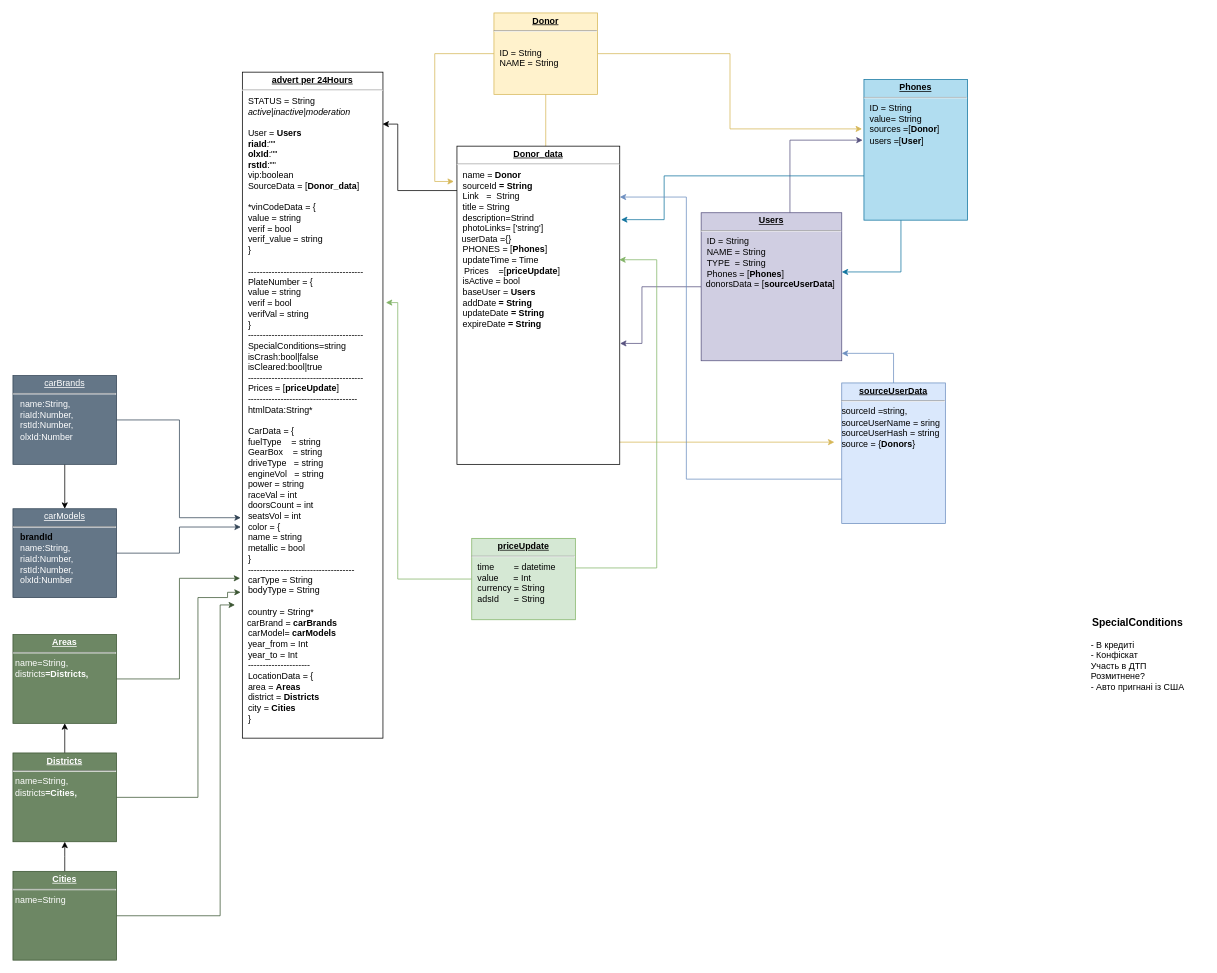
Dromich/car_dog_diagram keeps this draw.io diagram as .drawio. Above is the earlier version. Source tidied: cells renumbered, new cells numbered last; positions are measured from the earlier drawing's top-left corner, leaving out a move shared by most shapes. Both pictures are drawn from the tidied source at 74%, with x=0, y=0 at pixel (13, 13).
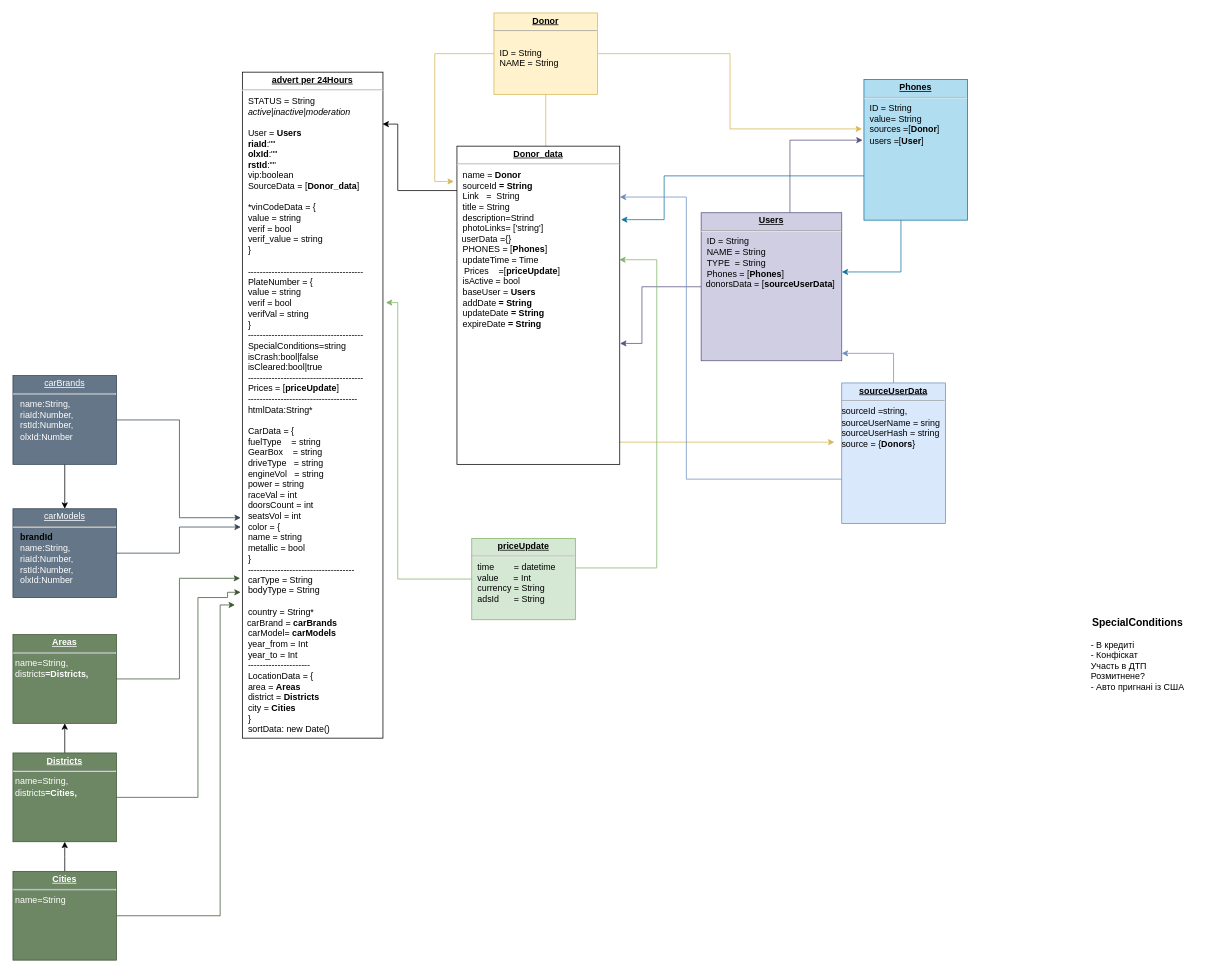
The same diagram, later.

The edit, as a diff of the source:
```diff
@@
-    <mxCell id="2" value="&lt;p style=&quot;margin: 0px ; margin-top: 4px ; text-align: center ; text-decoration: underline&quot;&gt;&lt;b&gt;advert per 24Hours&lt;/b&gt;&lt;br&gt;&lt;/p&gt;&lt;hr&gt;&lt;p style=&quot;margin: 0px ; margin-left: 8px&quot;&gt;STATUS = String &lt;br&gt;&lt;/p&gt;&lt;p style=&quot;margin: 0px ; margin-left: 8px&quot;&gt;&lt;i&gt;active|inactive|moderation&lt;/i&gt;&lt;br&gt;&lt;/p&gt;&lt;p style=&quot;margin: 0px ; margin-left: 8px&quot;&gt;&lt;br&gt;&lt;/p&gt;&lt;p style=&quot;margin: 0px ; margin-left: 8px&quot;&gt;User = &lt;b&gt;Users&lt;/b&gt;&lt;/p&gt;&lt;p style=&quot;margin: 0px ; margin-left: 8px&quot;&gt;&lt;b&gt;riaId&lt;/b&gt;:&quot;&quot;&lt;/p&gt;&lt;p style=&quot;margin: 0px ; margin-left: 8px&quot;&gt;&lt;b&gt;olxId&lt;/b&gt;:&quot;&quot;&lt;/p&gt;&lt;p style=&quot;margin: 0px ; margin-left: 8px&quot;&gt;&lt;b&gt;rstId&lt;/b&gt;:&quot;&quot;&lt;/p&gt;&lt;p style=&quot;margin: 0px ; margin-left: 8px&quot;&gt;vip:boolean&lt;br&gt;&lt;/p&gt;&lt;p style=&quot;margin: 0px ; margin-left: 8px&quot;&gt;SourceData = [&lt;b&gt;Donor_data&lt;/b&gt;]&lt;br&gt;&lt;/p&gt;&lt;p style=&quot;margin: 0px ; margin-left: 8px&quot;&gt;&lt;br&gt;&lt;/p&gt;&lt;p style=&quot;margin: 0px ; margin-left: 8px&quot;&gt;*vinCodeData = {&lt;/p&gt;&lt;p style=&quot;margin: 0px ; margin-left: 8px&quot;&gt;&lt;span&gt; &lt;span&gt; &lt;/span&gt;value = string&lt;br&gt;&lt;span&gt; &lt;/span&gt;&lt;span&gt; &lt;/span&gt;verif   = bool&lt;/span&gt;&lt;/p&gt;&lt;p style=&quot;margin: 0px ; margin-left: 8px&quot;&gt;&lt;span&gt;&lt;span&gt; &lt;/span&gt;verif_value = string&lt;br&gt;&lt;/span&gt;&lt;/p&gt;&lt;p style=&quot;margin: 0px ; margin-left: 8px&quot;&gt;&lt;span&gt;&lt;span&gt; &lt;/span&gt;&lt;span&gt; &lt;/span&gt;}&lt;/span&gt;&lt;/p&gt;&lt;p style=&quot;margin: 0px ; margin-left: 8px&quot;&gt;&lt;br&gt;&lt;/p&gt;&lt;p style=&quot;margin: 0px ; margin-left: 8px&quot;&gt;&lt;span&gt;---------------------------------------&lt;br&gt;&lt;/span&gt;&lt;/p&gt;&lt;p style=&quot;margin: 0px ; margin-left: 8px&quot;&gt;PlateNumber = {&lt;/p&gt;&lt;p style=&quot;margin: 0px ; margin-left: 8px&quot;&gt;&lt;span&gt; &lt;/span&gt;value = string&lt;br&gt;&lt;span&gt; &lt;/span&gt;verif = bool&lt;br&gt;&lt;span&gt; &lt;/span&gt;verifVal = string&lt;br&gt;&lt;/p&gt;&lt;p style=&quot;margin: 0px ; margin-left: 8px&quot;&gt;&lt;span&gt; &lt;/span&gt;}&lt;/p&gt;&lt;p style=&quot;margin: 0px ; margin-left: 8px&quot;&gt;---------------------------------------&lt;br&gt;&lt;/p&gt;&lt;p style=&quot;margin: 0px 0px 0px 8px&quot;&gt;SpecialСonditions=string&lt;/p&gt;&lt;p style=&quot;margin: 0px 0px 0px 8px&quot;&gt;isCrash:bool|false&lt;/p&gt;&lt;p style=&quot;margin: 0px 0px 0px 8px&quot;&gt;isCleared:bool|true&lt;br&gt;&lt;/p&gt;&lt;p style=&quot;margin: 0px ; margin-left: 8px&quot;&gt;---------------------------------------&lt;br&gt;&lt;/p&gt;&lt;p style=&quot;margin: 0px ; margin-left: 8px&quot;&gt;Prices = [&lt;b&gt;priceUpdate&lt;/b&gt;]&lt;br&gt;&lt;/p&gt;&lt;p style=&quot;margin: 0px ; margin-left: 8px&quot;&gt;-------------------------------------&lt;/p&gt;&lt;p style=&quot;margin: 0px ; margin-left: 8px&quot;&gt;htmlData:String*&lt;/p&gt;&lt;p style=&quot;margin: 0px ; margin-left: 8px&quot;&gt;&lt;br&gt;&lt;/p&gt;&lt;p style=&quot;margin: 0px ; margin-left: 8px&quot;&gt;CarData = {&lt;/p&gt;&lt;p style=&quot;margin: 0px ; margin-left: 8px&quot;&gt;&lt;span&gt; &lt;/span&gt;fuelType&amp;nbsp;&amp;nbsp;&amp;nbsp; = string&lt;/p&gt;&lt;p style=&quot;margin: 0px ; margin-left: 8px&quot;&gt;GearBox&amp;nbsp;&amp;nbsp;&amp;nbsp; = string&lt;/p&gt;&lt;p style=&quot;margin: 0px ; margin-left: 8px&quot;&gt;driveType&amp;nbsp;&amp;nbsp; = string&lt;/p&gt;&lt;p style=&quot;margin: 0px ; margin-left: 8px&quot;&gt;engineVol&amp;nbsp;&amp;nbsp; = string&lt;/p&gt;&lt;p style=&quot;margin: 0px ; margin-left: 8px&quot;&gt;power = string&lt;br&gt;&lt;/p&gt;&lt;p style=&quot;margin: 0px ; margin-left: 8px&quot;&gt;raceVal = int&lt;/p&gt;&lt;p style=&quot;margin: 0px ; margin-left: 8px&quot;&gt;doorsCount = int&lt;/p&gt;&lt;p style=&quot;margin: 0px ; margin-left: 8px&quot;&gt;seatsVol = int&lt;/p&gt;&lt;p style=&quot;margin: 0px ; margin-left: 8px&quot;&gt;color = {&lt;/p&gt;&lt;p style=&quot;margin: 0px ; margin-left: 8px&quot;&gt;name = string&lt;/p&gt;&lt;p style=&quot;margin: 0px ; margin-left: 8px&quot;&gt;metallic = bool&lt;br&gt;&lt;/p&gt;&lt;p style=&quot;margin: 0px ; margin-left: 8px&quot;&gt;}&lt;/p&gt;&lt;p style=&quot;margin: 0px ; margin-left: 8px&quot;&gt;------------------------------------&lt;/p&gt;&lt;p style=&quot;margin: 0px ; margin-left: 8px&quot;&gt;&lt;span style=&quot;background-color: rgb(255 , 255 , 255)&quot;&gt;carType = String&lt;/span&gt;&lt;/p&gt;&lt;p style=&quot;margin: 0px ; margin-left: 8px&quot;&gt;bodyType = String&lt;/p&gt;&lt;p style=&quot;margin: 0px ; margin-left: 8px&quot;&gt;&lt;br&gt;&lt;/p&gt;&lt;p style=&quot;margin: 0px ; margin-left: 8px&quot;&gt;country = String*&lt;/p&gt;&amp;nbsp; carBrand = &lt;b&gt;carBrands&lt;/b&gt;&lt;br&gt;&lt;p style=&quot;margin: 0px ; margin-left: 8px&quot;&gt;carModel= &lt;b&gt;carModels&lt;/b&gt;&lt;br&gt;&lt;/p&gt;&lt;p style=&quot;margin: 0px ; margin-left: 8px&quot;&gt;year_from = Int&lt;/p&gt;&lt;p style=&quot;margin: 0px ; margin-left: 8px&quot;&gt;year_to = Int&lt;/p&gt;&lt;p style=&quot;margin: 0px ; margin-left: 8px&quot;&gt;&lt;span&gt; &lt;/span&gt;---------------------&lt;/p&gt;&lt;p style=&quot;margin: 0px ; margin-left: 8px&quot;&gt;LocationData = {&lt;/p&gt;&lt;p style=&quot;margin: 0px ; margin-left: 8px&quot;&gt;area = &lt;b&gt;Areas&lt;/b&gt;&lt;br&gt;&lt;/p&gt;&lt;p style=&quot;margin: 0px ; margin-left: 8px&quot;&gt;district = &lt;b&gt;Districts&lt;/b&gt;&lt;br&gt;&lt;/p&gt;&lt;p style=&quot;margin: 0px ; margin-left: 8px&quot;&gt;city = &lt;b&gt;Cities&lt;/b&gt;&lt;br&gt;&lt;/p&gt;&lt;p style=&quot;margin: 0px ; margin-left: 8px&quot;&gt;}&lt;/p&gt;&lt;p style=&quot;margin: 0px ; margin-left: 8px&quot;&gt;&lt;br&gt;&lt;/p&gt;&lt;p style=&quot;margin: 0px ; margin-left: 8px&quot;&gt;&lt;br&gt;&lt;/p&gt;&lt;p style=&quot;margin: 0px ; margin-left: 8px&quot;&gt;&lt;br&gt;&lt;/p&gt;&lt;p style=&quot;margin: 0px ; margin-left: 8px&quot;&gt;&lt;br&gt;&lt;/p&gt;&lt;p style=&quot;margin: 0px ; margin-left: 8px&quot;&gt;&lt;br&gt;&lt;/p&gt;&lt;p style=&quot;margin: 0px ; margin-left: 8px&quot;&gt;&lt;br&gt;&lt;/p&gt;" style="verticalAlign=top;align=left;overflow=fill;fontSize=12;fontFamily=Helvetica;html=1;rounded=0;shadow=0;comic=0;labelBackgroundColor=none;strokeWidth=1;" parent="1" vertex="1">
+    <mxCell id="2" value="&lt;p style=&quot;margin: 0px ; margin-top: 4px ; text-align: center ; text-decoration: underline&quot;&gt;&lt;b&gt;advert per 24Hours&lt;/b&gt;&lt;br&gt;&lt;/p&gt;&lt;hr&gt;&lt;p style=&quot;margin: 0px ; margin-left: 8px&quot;&gt;STATUS = String &lt;br&gt;&lt;/p&gt;&lt;p style=&quot;margin: 0px ; margin-left: 8px&quot;&gt;&lt;i&gt;active|inactive|moderation&lt;/i&gt;&lt;br&gt;&lt;/p&gt;&lt;p style=&quot;margin: 0px ; margin-left: 8px&quot;&gt;&lt;br&gt;&lt;/p&gt;&lt;p style=&quot;margin: 0px ; margin-left: 8px&quot;&gt;User = &lt;b&gt;Users&lt;/b&gt;&lt;/p&gt;&lt;p style=&quot;margin: 0px ; margin-left: 8px&quot;&gt;&lt;b&gt;riaId&lt;/b&gt;:&quot;&quot;&lt;/p&gt;&lt;p style=&quot;margin: 0px ; margin-left: 8px&quot;&gt;&lt;b&gt;olxId&lt;/b&gt;:&quot;&quot;&lt;/p&gt;&lt;p style=&quot;margin: 0px ; margin-left: 8px&quot;&gt;&lt;b&gt;rstId&lt;/b&gt;:&quot;&quot;&lt;/p&gt;&lt;p style=&quot;margin: 0px ; margin-left: 8px&quot;&gt;vip:boolean&lt;br&gt;&lt;/p&gt;&lt;p style=&quot;margin: 0px ; margin-left: 8px&quot;&gt;SourceData = [&lt;b&gt;Donor_data&lt;/b&gt;]&lt;br&gt;&lt;/p&gt;&lt;p style=&quot;margin: 0px ; margin-left: 8px&quot;&gt;&lt;br&gt;&lt;/p&gt;&lt;p style=&quot;margin: 0px ; margin-left: 8px&quot;&gt;*vinCodeData = {&lt;/p&gt;&lt;p style=&quot;margin: 0px ; margin-left: 8px&quot;&gt;&lt;span&gt; &lt;span&gt; &lt;/span&gt;value = string&lt;br&gt;&lt;span&gt; &lt;/span&gt;&lt;span&gt; &lt;/span&gt;verif   = bool&lt;/span&gt;&lt;/p&gt;&lt;p style=&quot;margin: 0px ; margin-left: 8px&quot;&gt;&lt;span&gt;&lt;span&gt; &lt;/span&gt;verif_value = string&lt;br&gt;&lt;/span&gt;&lt;/p&gt;&lt;p style=&quot;margin: 0px ; margin-left: 8px&quot;&gt;&lt;span&gt;&lt;span&gt; &lt;/span&gt;&lt;span&gt; &lt;/span&gt;}&lt;/span&gt;&lt;/p&gt;&lt;p style=&quot;margin: 0px ; margin-left: 8px&quot;&gt;&lt;br&gt;&lt;/p&gt;&lt;p style=&quot;margin: 0px ; margin-left: 8px&quot;&gt;&lt;span&gt;---------------------------------------&lt;br&gt;&lt;/span&gt;&lt;/p&gt;&lt;p style=&quot;margin: 0px ; margin-left: 8px&quot;&gt;PlateNumber = {&lt;/p&gt;&lt;p style=&quot;margin: 0px ; margin-left: 8px&quot;&gt;&lt;span&gt; &lt;/span&gt;value = string&lt;br&gt;&lt;span&gt; &lt;/span&gt;verif = bool&lt;br&gt;&lt;span&gt; &lt;/span&gt;verifVal = string&lt;br&gt;&lt;/p&gt;&lt;p style=&quot;margin: 0px ; margin-left: 8px&quot;&gt;&lt;span&gt; &lt;/span&gt;}&lt;/p&gt;&lt;p style=&quot;margin: 0px ; margin-left: 8px&quot;&gt;---------------------------------------&lt;br&gt;&lt;/p&gt;&lt;p style=&quot;margin: 0px 0px 0px 8px&quot;&gt;SpecialСonditions=string&lt;/p&gt;&lt;p style=&quot;margin: 0px 0px 0px 8px&quot;&gt;isCrash:bool|false&lt;/p&gt;&lt;p style=&quot;margin: 0px 0px 0px 8px&quot;&gt;isCleared:bool|true&lt;br&gt;&lt;/p&gt;&lt;p style=&quot;margin: 0px ; margin-left: 8px&quot;&gt;---------------------------------------&lt;br&gt;&lt;/p&gt;&lt;p style=&quot;margin: 0px ; margin-left: 8px&quot;&gt;Prices = [&lt;b&gt;priceUpdate&lt;/b&gt;]&lt;br&gt;&lt;/p&gt;&lt;p style=&quot;margin: 0px ; margin-left: 8px&quot;&gt;-------------------------------------&lt;/p&gt;&lt;p style=&quot;margin: 0px ; margin-left: 8px&quot;&gt;htmlData:String*&lt;/p&gt;&lt;p style=&quot;margin: 0px ; margin-left: 8px&quot;&gt;&lt;br&gt;&lt;/p&gt;&lt;p style=&quot;margin: 0px ; margin-left: 8px&quot;&gt;CarData = {&lt;/p&gt;&lt;p style=&quot;margin: 0px ; margin-left: 8px&quot;&gt;&lt;span&gt; &lt;/span&gt;fuelType&amp;nbsp;&amp;nbsp;&amp;nbsp; = string&lt;/p&gt;&lt;p style=&quot;margin: 0px ; margin-left: 8px&quot;&gt;GearBox&amp;nbsp;&amp;nbsp;&amp;nbsp; = string&lt;/p&gt;&lt;p style=&quot;margin: 0px ; margin-left: 8px&quot;&gt;driveType&amp;nbsp;&amp;nbsp; = string&lt;/p&gt;&lt;p style=&quot;margin: 0px ; margin-left: 8px&quot;&gt;engineVol&amp;nbsp;&amp;nbsp; = string&lt;/p&gt;&lt;p style=&quot;margin: 0px ; margin-left: 8px&quot;&gt;power = string&lt;br&gt;&lt;/p&gt;&lt;p style=&quot;margin: 0px ; margin-left: 8px&quot;&gt;raceVal = int&lt;/p&gt;&lt;p style=&quot;margin: 0px ; margin-left: 8px&quot;&gt;doorsCount = int&lt;/p&gt;&lt;p style=&quot;margin: 0px ; margin-left: 8px&quot;&gt;seatsVol = int&lt;/p&gt;&lt;p style=&quot;margin: 0px ; margin-left: 8px&quot;&gt;color = {&lt;/p&gt;&lt;p style=&quot;margin: 0px ; margin-left: 8px&quot;&gt;name = string&lt;/p&gt;&lt;p style=&quot;margin: 0px ; margin-left: 8px&quot;&gt;metallic = bool&lt;br&gt;&lt;/p&gt;&lt;p style=&quot;margin: 0px ; margin-left: 8px&quot;&gt;}&lt;/p&gt;&lt;p style=&quot;margin: 0px ; margin-left: 8px&quot;&gt;------------------------------------&lt;/p&gt;&lt;p style=&quot;margin: 0px ; margin-left: 8px&quot;&gt;&lt;span style=&quot;background-color: rgb(255 , 255 , 255)&quot;&gt;carType = String&lt;/span&gt;&lt;/p&gt;&lt;p style=&quot;margin: 0px ; margin-left: 8px&quot;&gt;bodyType = String&lt;/p&gt;&lt;p style=&quot;margin: 0px ; margin-left: 8px&quot;&gt;&lt;br&gt;&lt;/p&gt;&lt;p style=&quot;margin: 0px ; margin-left: 8px&quot;&gt;country = String*&lt;/p&gt;&amp;nbsp; carBrand = &lt;b&gt;carBrands&lt;/b&gt;&lt;br&gt;&lt;p style=&quot;margin: 0px ; margin-left: 8px&quot;&gt;carModel= &lt;b&gt;carModels&lt;/b&gt;&lt;br&gt;&lt;/p&gt;&lt;p style=&quot;margin: 0px ; margin-left: 8px&quot;&gt;year_from = Int&lt;/p&gt;&lt;p style=&quot;margin: 0px ; margin-left: 8px&quot;&gt;year_to = Int&lt;/p&gt;&lt;p style=&quot;margin: 0px ; margin-left: 8px&quot;&gt;&lt;span&gt; &lt;/span&gt;---------------------&lt;/p&gt;&lt;p style=&quot;margin: 0px ; margin-left: 8px&quot;&gt;LocationData = {&lt;/p&gt;&lt;p style=&quot;margin: 0px ; margin-left: 8px&quot;&gt;area = &lt;b&gt;Areas&lt;/b&gt;&lt;br&gt;&lt;/p&gt;&lt;p style=&quot;margin: 0px ; margin-left: 8px&quot;&gt;district = &lt;b&gt;Districts&lt;/b&gt;&lt;br&gt;&lt;/p&gt;&lt;p style=&quot;margin: 0px ; margin-left: 8px&quot;&gt;city = &lt;b&gt;Cities&lt;/b&gt;&lt;br&gt;&lt;/p&gt;&lt;p style=&quot;margin: 0px ; margin-left: 8px&quot;&gt;}&lt;/p&gt;&lt;p style=&quot;margin: 0px ; margin-left: 8px&quot;&gt;sortData: new Date()&lt;br&gt;&lt;/p&gt;&lt;p style=&quot;margin: 0px ; margin-left: 8px&quot;&gt;&lt;br&gt;&lt;/p&gt;&lt;p style=&quot;margin: 0px ; margin-left: 8px&quot;&gt;&lt;br&gt;&lt;/p&gt;&lt;p style=&quot;margin: 0px ; margin-left: 8px&quot;&gt;&lt;br&gt;&lt;/p&gt;&lt;p style=&quot;margin: 0px ; margin-left: 8px&quot;&gt;&lt;br&gt;&lt;/p&gt;&lt;p style=&quot;margin: 0px ; margin-left: 8px&quot;&gt;&lt;br&gt;&lt;/p&gt;&lt;p style=&quot;margin: 0px ; margin-left: 8px&quot;&gt;&lt;br&gt;&lt;/p&gt;" style="verticalAlign=top;align=left;overflow=fill;fontSize=12;fontFamily=Helvetica;html=1;rounded=0;shadow=0;comic=0;labelBackgroundColor=none;strokeWidth=1;" parent="1" vertex="1">
       <mxGeometry x="310" y="80" width="190" height="900" as="geometry" />
     </mxCell>
```
